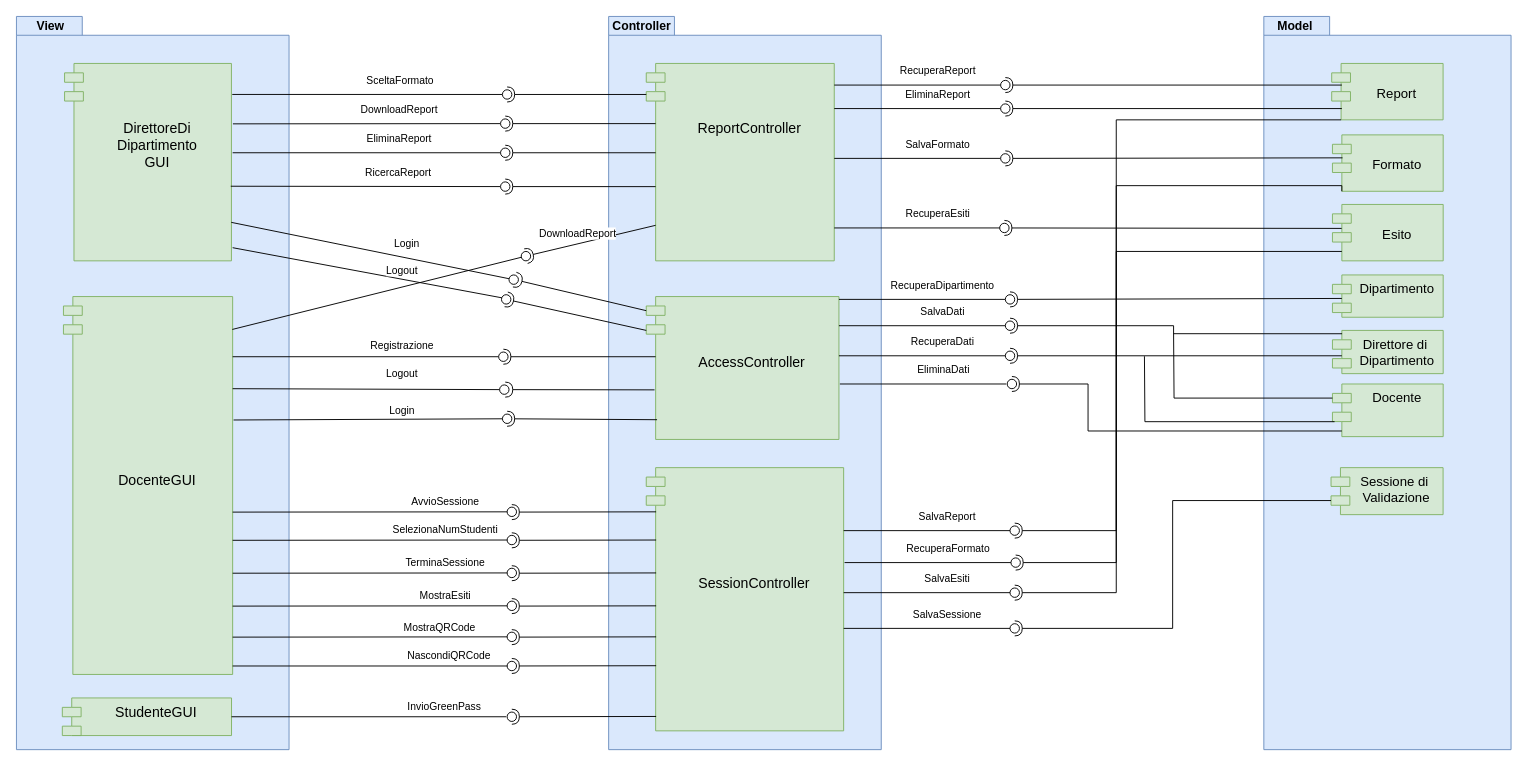
Above: Documentazione/Resources/ServiziSottosistemi.drawio in Alberto-00/EasyPass (draw.io), before the change. Source tidied: cells renumbered, new cells numbered last; positions are measured from the earlier drawing's top-left corner, leaving out a move shared by most shapes. Both pictures are drawn from the tidied source at 94%, with x=0, y=0 at pixel (16, 16).
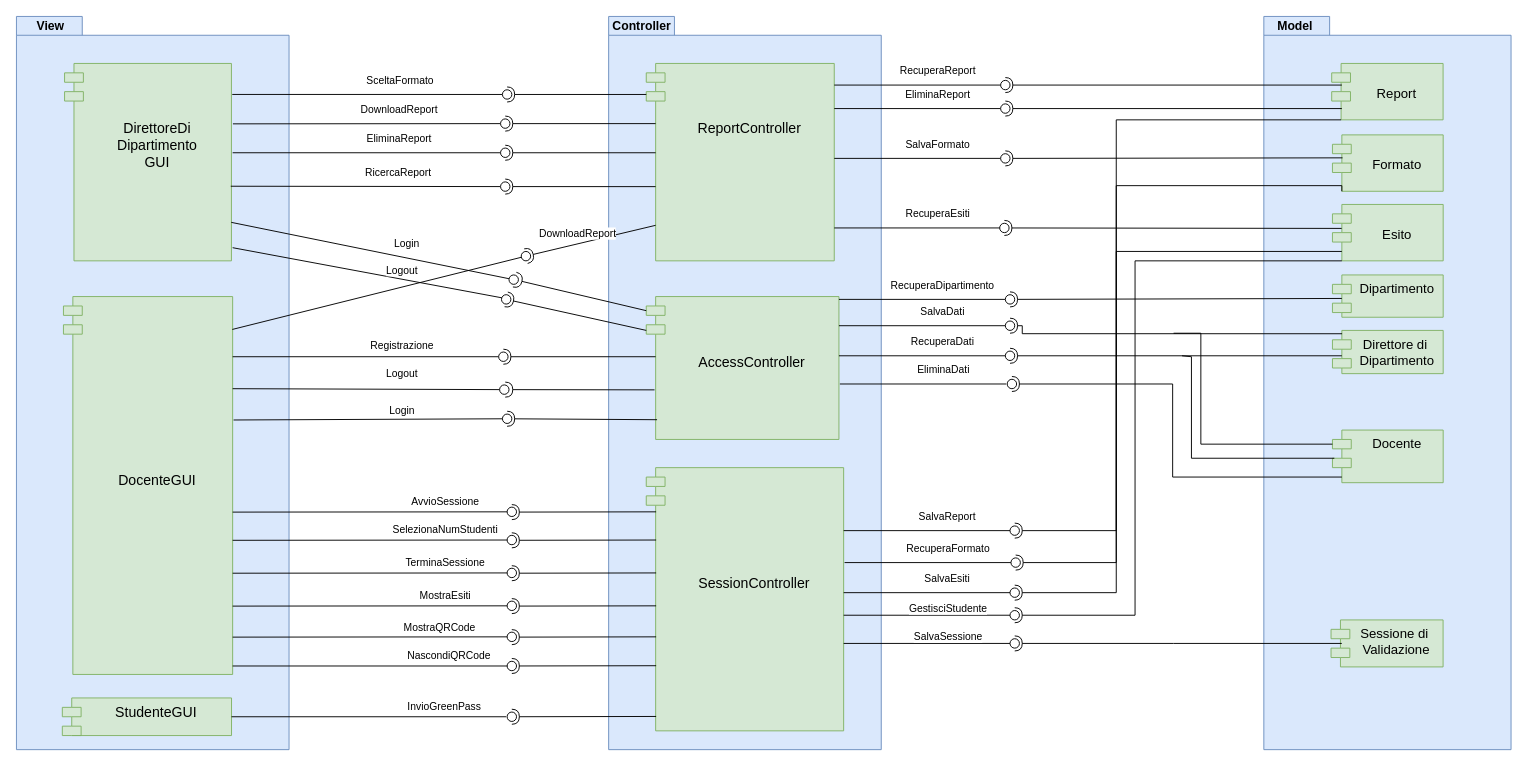
After the change.

Unchanged cells that the change refers to:
```xml
<mxCell id="9" value="Direttore di &#10;Dipartimento" style="shape=module;align=left;spacingLeft=20;align=center;verticalAlign=top;fillColor=#d5e8d4;strokeColor=#82b366;fontSize=14;" parent="1" vertex="1">
  <mxGeometry x="1400" y="334" width="117.8" height="46" as="geometry" />
</mxCell>
<mxCell id="11" value="&#10;Esito" style="shape=module;align=left;spacingLeft=20;align=center;verticalAlign=top;fillColor=#d5e8d4;strokeColor=#82b366;fontSize=14;" parent="1" vertex="1">
  <mxGeometry x="1400" y="200" width="117.8" height="60" as="geometry" />
</mxCell>
<mxCell id="50" style="ellipse;whiteSpace=wrap;html=1;align=center;points=[];outlineConnect=0;sketch=0;" parent="1" vertex="1">
  <mxGeometry x="1052" y="324" width="10" height="10" as="geometry" />
</mxCell>
<mxCell id="74" style="ellipse;whiteSpace=wrap;html=1;align=center;points=[];outlineConnect=0;sketch=0;" parent="1" vertex="1">
  <mxGeometry x="1054" y="386" width="10" height="10" as="geometry" />
</mxCell>
```

What changed in the source:
```diff
@@
     <mxCell id="10" value="Docente" style="shape=module;align=left;spacingLeft=20;align=center;verticalAlign=top;fillColor=#d5e8d4;strokeColor=#82b366;fontSize=14;" parent="1" vertex="1">
-      <mxGeometry x="1400" y="391" width="117.8" height="56" as="geometry" />
+      <mxGeometry x="1400" y="440" width="117.8" height="56" as="geometry" />
     </mxCell>
@@
     <mxCell id="13" value="Sessione di &#10;Validazione" style="shape=module;align=left;spacingLeft=20;align=center;verticalAlign=top;fillColor=#d5e8d4;strokeColor=#82b366;fontSize=14;" parent="1" vertex="1">
-      <mxGeometry x="1398.5" y="480" width="119.2" height="50" as="geometry" />
+      <mxGeometry x="1398.5" y="642" width="119.2" height="50" as="geometry" />
     </mxCell>
@@
     <mxCell id="49" style="rounded=0;jettySize=auto;html=1;endArrow=halfCircle;endFill=0;entryX=0.5;entryY=0.5;endSize=6;strokeWidth=1;sketch=0;edgeStyle=orthogonalEdgeStyle;exitX=0.087;exitY=0.077;exitDx=0;exitDy=0;exitPerimeter=0;" parent="1" edge="1" source="9" target="50">
-      <mxGeometry relative="1" as="geometry" />
+      <mxGeometry relative="1" as="geometry">
+        <Array as="points">
+          <mxPoint x="1070" y="338" />
+          <mxPoint x="1070" y="329" />
+        </Array>
+      </mxGeometry>
     </mxCell>
@@
     <mxCell id="73" style="rounded=0;jettySize=auto;html=1;endArrow=halfCircle;endFill=0;entryX=0.5;entryY=0.5;endSize=6;strokeWidth=1;sketch=0;edgeStyle=orthogonalEdgeStyle;" parent="1" edge="1" target="74">
       <mxGeometry relative="1" as="geometry">
-        <mxPoint x="1410" y="441" as="sourcePoint" />
+        <mxPoint x="1410" y="490" as="sourcePoint" />
         <Array as="points">
-          <mxPoint x="1140" y="441" />
-          <mxPoint x="1140" y="391" />
+          <mxPoint x="1230" y="490" />
+          <mxPoint x="1230" y="391" />
         </Array>
       </mxGeometry>
     </mxCell>
@@
-    <mxCell id="78" value="SalvaSessione" style="rounded=0;jettySize=auto;html=1;endArrow=none;endFill=0;sketch=0;sourcePerimeterSpacing=0;targetPerimeterSpacing=0;" parent="1" edge="1" target="80">
-      <mxGeometry x="0.24" y="15" relative="1" as="geometry">
-        <mxPoint x="880" y="651" as="sourcePoint" />
+    <mxCell id="78" value="SalvaSessione" style="rounded=0;orthogonalLoop=1;jettySize=auto;html=1;endArrow=none;endFill=0;sketch=0;sourcePerimeterSpacing=0;targetPerimeterSpacing=0;" parent="1" edge="1">
+      <mxGeometry x="0.24" y="7" relative="1" as="geometry">
+        <mxPoint x="880" y="667" as="sourcePoint" />
+        <mxPoint x="1057" y="667" as="targetPoint" />
+        <mxPoint x="1" as="offset" />
       </mxGeometry>
     </mxCell>
-    <mxCell id="79" style="rounded=0;jettySize=auto;html=1;endArrow=halfCircle;endFill=0;entryX=0.5;entryY=0.5;endSize=6;strokeWidth=1;sketch=0;edgeStyle=orthogonalEdgeStyle;exitX=0;exitY=0;exitDx=0;exitDy=35;exitPerimeter=0;" parent="1" edge="1" source="13" target="80">
+    <mxCell id="79" style="rounded=0;jettySize=auto;html=1;endArrow=halfCircle;endFill=0;entryX=0.5;entryY=0.5;endSize=6;strokeWidth=1;sketch=0;edgeStyle=orthogonalEdgeStyle;exitX=0.096;exitY=0.5;exitDx=0;exitDy=0;exitPerimeter=0;" parent="1" edge="1" source="13">
       <mxGeometry relative="1" as="geometry">
-        <Array as="points">
-          <mxPoint x="1230" y="515" />
-          <mxPoint x="1230" y="651" />
-        </Array>
+        <mxPoint x="1062" y="667" as="targetPoint" />
       </mxGeometry>
     </mxCell>
     <mxCell id="80" style="ellipse;whiteSpace=wrap;html=1;align=center;points=[];outlineConnect=0;sketch=0;" parent="1" vertex="1">
-      <mxGeometry x="1057" y="646" width="10" height="10" as="geometry" />
+      <mxGeometry x="1057" y="662" width="10" height="10" as="geometry" />
     </mxCell>
@@
     <mxCell id="108" style="endArrow=none;html=1;rounded=0;endSize=8;edgeStyle=orthogonalEdgeStyle;exitX=0;exitY=0;exitDx=0;exitDy=15;exitPerimeter=0;" parent="1" edge="1" source="10">
       <mxGeometry relative="1" as="geometry">
         <mxPoint x="1231" y="337" as="targetPoint" />
+        <Array as="points">
+          <mxPoint x="1260" y="455" />
+          <mxPoint x="1260" y="337" />
+        </Array>
       </mxGeometry>
     </mxCell>
-    <mxCell id="109" style="endArrow=none;html=1;rounded=0;endSize=8;edgeStyle=orthogonalEdgeStyle;exitX=0.019;exitY=0.716;exitDx=0;exitDy=0;exitPerimeter=0;" parent="1" edge="1" source="10">
+    <mxCell id="109" style="endArrow=none;html=1;rounded=0;endSize=8;edgeStyle=orthogonalEdgeStyle;" parent="1" edge="1">
       <mxGeometry relative="1" as="geometry">
-        <mxPoint x="1200" y="361.5" as="targetPoint" />
+        <mxPoint x="1402" y="470" as="sourcePoint" />
+        <mxPoint x="1240" y="361" as="targetPoint" />
+        <Array as="points">
+          <mxPoint x="1402" y="470" />
+          <mxPoint x="1250" y="470" />
+          <mxPoint x="1250" y="362" />
+          <mxPoint x="1240" y="362" />
+        </Array>
       </mxGeometry>
     </mxCell>
@@
+    <mxCell id="112" value="GestisciStudente" style="rounded=0;orthogonalLoop=1;jettySize=auto;html=1;endArrow=none;endFill=0;sketch=0;sourcePerimeterSpacing=0;targetPerimeterSpacing=0;" parent="1" edge="1">
+      <mxGeometry x="0.24" y="7" relative="1" as="geometry">
+        <mxPoint x="880" y="637" as="sourcePoint" />
+        <mxPoint x="1057" y="637" as="targetPoint" />
+        <mxPoint x="1" as="offset" />
+      </mxGeometry>
+    </mxCell>
+    <mxCell id="113" style="rounded=0;jettySize=auto;html=1;endArrow=halfCircle;endFill=0;entryX=0.5;entryY=0.5;endSize=6;strokeWidth=1;sketch=0;edgeStyle=orthogonalEdgeStyle;exitX=0;exitY=1;exitDx=10;exitDy=0;exitPerimeter=0;" parent="1" edge="1" source="11">
+      <mxGeometry relative="1" as="geometry">
+        <mxPoint x="1062" y="637" as="targetPoint" />
+        <Array as="points">
+          <mxPoint x="1190" y="260" />
+          <mxPoint x="1190" y="637" />
+        </Array>
+      </mxGeometry>
+    </mxCell>
+    <mxCell id="114" style="ellipse;whiteSpace=wrap;html=1;align=center;sketch=0;" parent="1" vertex="1">
+      <mxGeometry x="1057" y="632" width="10" height="10" as="geometry" />
+    </mxCell>
```
